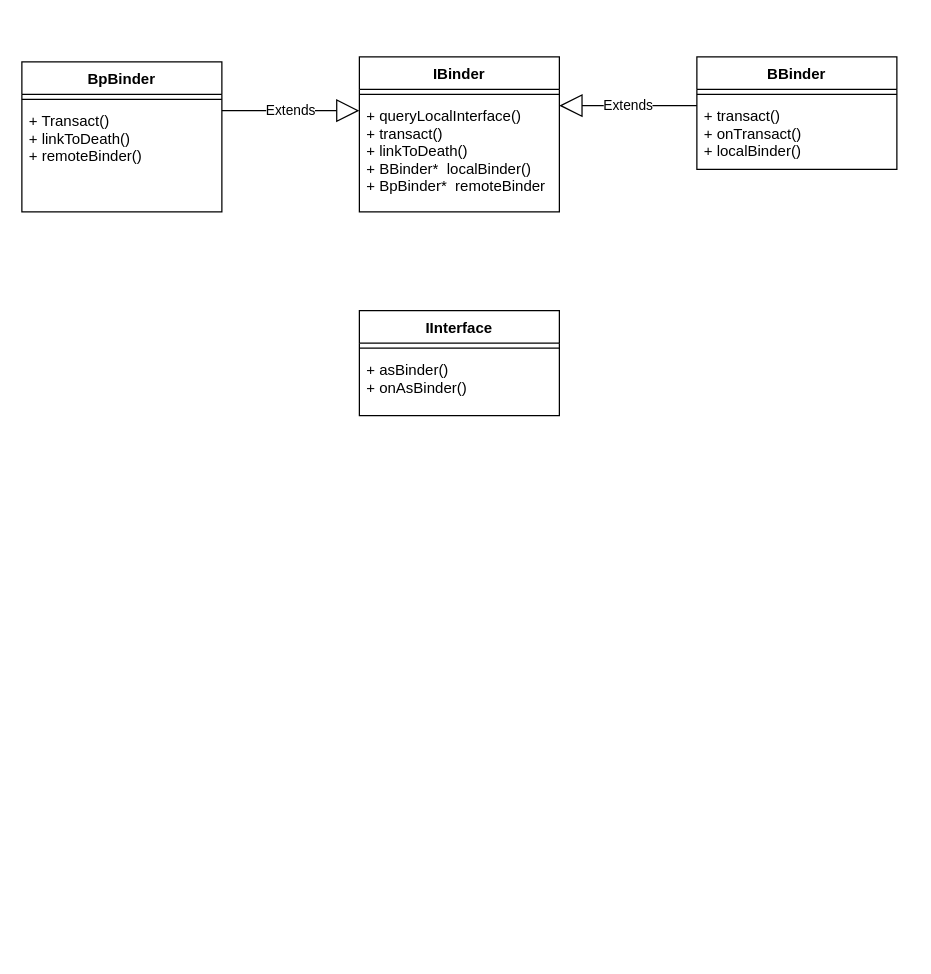
Earlier version of the draw.io diagram binder/diagram/libbinder class relationship.drawio (cuijpus/Android). Source tidied: cells renumbered, new cells numbered last; positions are measured from the earlier drawing's top-left corner, leaving out a move shared by most shapes. Both pictures are drawn from the tidied source at 125%, with x=0, y=0 at pixel (21, 56).
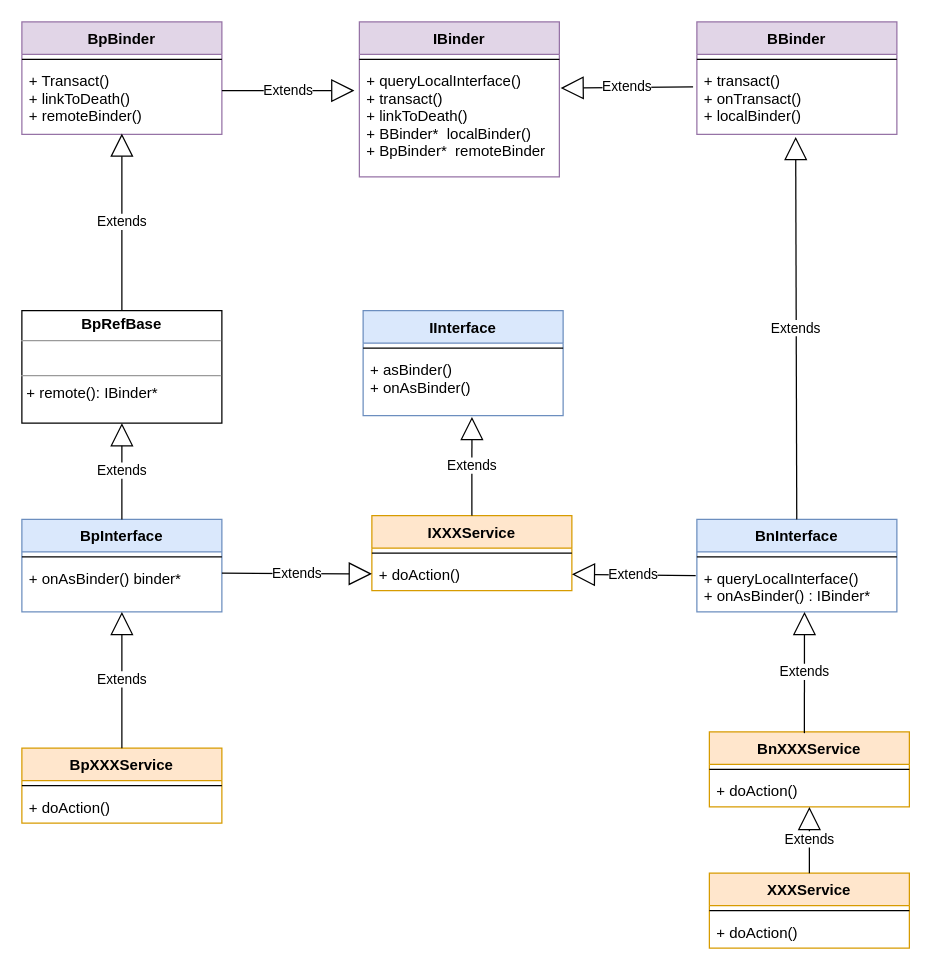
The same diagram, later.

Unchanged cells that the change refers to:
```xml
<mxCell id="5" value="+ queryLocalInterface()&#10;+ transact()&#10;+ linkToDeath()&#10;+ BBinder*  localBinder()&#10;+ BpBinder*  remoteBinder" style="text;strokeColor=none;fillColor=none;align=left;verticalAlign=top;spacingLeft=4;spacingRight=4;overflow=hidden;points=[[0,0.5],[1,0.5]];portConstraint=eastwest;" parent="2" vertex="1">
  <mxGeometry y="34" width="160" height="90" as="geometry" />
</mxCell>
<mxCell id="11" value="+ transact()&#10;+ onTransact()&#10;+ localBinder()&#10;" style="text;strokeColor=none;fillColor=none;align=left;verticalAlign=top;spacingLeft=4;spacingRight=4;overflow=hidden;points=[[0,0.5],[1,0.5]];portConstraint=eastwest;" parent="9" vertex="1">
  <mxGeometry y="34" width="160" height="56" as="geometry" />
</mxCell>
<mxCell id="15" value="+ asBinder()&#10;+ onAsBinder()&#10;" style="text;strokeColor=none;fillColor=none;align=left;verticalAlign=top;spacingLeft=4;spacingRight=4;overflow=hidden;points=[[0,0.5],[1,0.5]];portConstraint=eastwest;" parent="13" vertex="1">
  <mxGeometry y="34" width="160" height="50" as="geometry" />
</mxCell>
```

The edit, as a diff of the source:
```diff
@@
-    <mxCell id="2" value="IBinder" style="swimlane;fontStyle=1;align=center;verticalAlign=top;horizontal=1;startSize=26;" parent="1" vertex="1">
-      <mxGeometry x="270" width="160" height="124" as="geometry" />
+    <mxCell id="2" value="IBinder" style="swimlane;fontStyle=1;align=center;verticalAlign=top;horizontal=1;startSize=26;fillColor=#e1d5e7;strokeColor=#9673a6;" parent="1" vertex="1">
+      <mxGeometry x="270" y="-28" width="160" height="124" as="geometry" />
     </mxCell>
-    <mxCell id="3" value="Extends" style="endArrow=block;endSize=16;endFill=0;html=1;exitX=1;exitY=0.5;exitDx=0;exitDy=0;" parent="2" edge="1">
-      <mxGeometry relative="1" as="geometry">
-        <mxPoint x="-110" y="43" as="sourcePoint" />
-        <mxPoint y="43" as="targetPoint" />
-      </mxGeometry>
-    </mxCell>
@@
-    <mxCell id="6" value="BpBinder" style="swimlane;fontStyle=1;align=center;verticalAlign=top;horizontal=1;startSize=26;" parent="1" vertex="1">
-      <mxGeometry y="4" width="160" height="120" as="geometry" />
+    <mxCell id="6" value="BpBinder" style="swimlane;fontStyle=1;align=center;verticalAlign=top;horizontal=1;startSize=26;fillColor=#e1d5e7;strokeColor=#9673a6;" parent="1" vertex="1">
+      <mxGeometry y="-28" width="160" height="90" as="geometry" />
     </mxCell>
@@
     <mxCell id="8" value="+ Transact()&#10;+ linkToDeath()&#10;+ remoteBinder()&#10;" style="text;strokeColor=none;fillColor=none;align=left;verticalAlign=top;spacingLeft=4;spacingRight=4;overflow=hidden;points=[[0,0.5],[1,0.5]];portConstraint=eastwest;" parent="6" vertex="1">
-      <mxGeometry y="34" width="160" height="86" as="geometry" />
+      <mxGeometry y="34" width="160" height="56" as="geometry" />
     </mxCell>
-    <mxCell id="9" value="BBinder&#10;&#10;" style="swimlane;fontStyle=1;align=center;verticalAlign=top;horizontal=1;startSize=26;" parent="1" vertex="1">
-      <mxGeometry x="540" width="160" height="90" as="geometry" />
+    <mxCell id="9" value="BBinder&#10;&#10;" style="swimlane;fontStyle=1;align=center;verticalAlign=top;horizontal=1;startSize=26;fillColor=#e1d5e7;strokeColor=#9673a6;" parent="1" vertex="1">
+      <mxGeometry x="540" y="-28" width="160" height="90" as="geometry" />
     </mxCell>
@@
-    <mxCell id="12" value="Extends" style="endArrow=block;endSize=16;endFill=0;html=1;entryX=1;entryY=0.5;entryDx=0;entryDy=0;exitX=0;exitY=0.5;exitDx=0;exitDy=0;" parent="1" edge="1">
-      <mxGeometry relative="1" as="geometry">
-        <mxPoint x="540" y="39" as="sourcePoint" />
-        <mxPoint x="430" y="39" as="targetPoint" />
-      </mxGeometry>
+    <mxCell id="12" value="Extends" style="endArrow=block;endSize=16;endFill=0;html=1;entryX=1.006;entryY=0.211;entryDx=0;entryDy=0;exitX=-0.019;exitY=0.321;exitDx=0;exitDy=0;entryPerimeter=0;exitPerimeter=0;" parent="1" edge="1" source="11" target="5">
+      <mxGeometry relative="1" as="geometry" />
     </mxCell>
-    <mxCell id="13" value="IInterface&#10;&#10;" style="swimlane;fontStyle=1;align=center;verticalAlign=top;horizontal=1;startSize=26;" parent="1" vertex="1">
-      <mxGeometry x="270" y="203" width="160" height="84" as="geometry" />
+    <mxCell id="13" value="IInterface&#10;&#10;" style="swimlane;fontStyle=1;align=center;verticalAlign=top;horizontal=1;startSize=26;fillColor=#dae8fc;strokeColor=#6c8ebf;" parent="1" vertex="1">
+      <mxGeometry x="273" y="203" width="160" height="84" as="geometry" />
     </mxCell>
@@
+    <mxCell id="16" value="IXXXService" style="swimlane;fontStyle=1;align=center;verticalAlign=top;horizontal=1;startSize=26;fillColor=#ffe6cc;strokeColor=#d79b00;" parent="1" vertex="1">
+      <mxGeometry x="280" y="367" width="160" height="60" as="geometry" />
+    </mxCell>
+    <mxCell id="17" style="line;strokeWidth=1;fillColor=none;align=left;verticalAlign=middle;spacingTop=-1;spacingLeft=3;spacingRight=3;labelPosition=right;" parent="16" vertex="1">
+      <mxGeometry y="26" width="160" height="8" as="geometry" />
+    </mxCell>
+    <mxCell id="18" value="+ doAction()" style="text;strokeColor=none;fillColor=none;align=left;verticalAlign=top;spacingLeft=4;spacingRight=4;overflow=hidden;points=[[0,0.5],[1,0.5]];portConstraint=eastwest;" parent="16" vertex="1">
+      <mxGeometry y="34" width="160" height="26" as="geometry" />
+    </mxCell>
+    <mxCell id="19" value="BnInterface" style="swimlane;fontStyle=1;align=center;verticalAlign=top;horizontal=1;startSize=26;fillColor=#dae8fc;strokeColor=#6c8ebf;" parent="1" vertex="1">
+      <mxGeometry x="540" y="370" width="160" height="74" as="geometry" />
+    </mxCell>
+    <mxCell id="20" style="line;strokeWidth=1;fillColor=none;align=left;verticalAlign=middle;spacingTop=-1;spacingLeft=3;spacingRight=3;labelPosition=right;" parent="19" vertex="1">
+      <mxGeometry y="26" width="160" height="8" as="geometry" />
+    </mxCell>
+    <mxCell id="21" value="+ queryLocalInterface()&#10;+ onAsBinder() : IBinder*" style="text;strokeColor=none;fillColor=none;align=left;verticalAlign=top;spacingLeft=4;spacingRight=4;overflow=hidden;points=[[0,0.5],[1,0.5]];portConstraint=eastwest;" parent="19" vertex="1">
+      <mxGeometry y="34" width="160" height="40" as="geometry" />
+    </mxCell>
+    <mxCell id="22" value="Extends" style="endArrow=block;endSize=16;endFill=0;html=1;entryX=0.494;entryY=1.036;entryDx=0;entryDy=0;entryPerimeter=0;" parent="1" edge="1" source="19" target="11">
+      <mxGeometry relative="1" as="geometry" />
+    </mxCell>
+    <mxCell id="23" value="Extends" style="endArrow=block;endSize=16;endFill=0;html=1;entryX=1;entryY=0.5;entryDx=0;entryDy=0;exitX=-0.006;exitY=0.275;exitDx=0;exitDy=0;exitPerimeter=0;" parent="1" edge="1" source="21" target="18">
+      <mxGeometry relative="1" as="geometry" />
+    </mxCell>
+    <mxCell id="24" value="BpInterface" style="swimlane;fontStyle=1;align=center;verticalAlign=top;horizontal=1;startSize=26;fillColor=#dae8fc;strokeColor=#6c8ebf;" parent="1" vertex="1">
+      <mxGeometry y="370" width="160" height="74" as="geometry" />
+    </mxCell>
+    <mxCell id="25" style="line;strokeWidth=1;fillColor=none;align=left;verticalAlign=middle;spacingTop=-1;spacingLeft=3;spacingRight=3;labelPosition=right;" parent="24" vertex="1">
+      <mxGeometry y="26" width="160" height="8" as="geometry" />
+    </mxCell>
+    <mxCell id="26" value="Extends" style="endArrow=block;endSize=16;endFill=0;html=1;" parent="24" edge="1" target="18">
+      <mxGeometry relative="1" as="geometry">
+        <mxPoint x="160" y="43" as="sourcePoint" />
+      </mxGeometry>
+    </mxCell>
+    <mxCell id="27" value="+ onAsBinder() binder*" style="text;strokeColor=none;fillColor=none;align=left;verticalAlign=top;spacingLeft=4;spacingRight=4;overflow=hidden;points=[[0,0.5],[1,0.5]];portConstraint=eastwest;" parent="24" vertex="1">
+      <mxGeometry y="34" width="160" height="40" as="geometry" />
+    </mxCell>
+    <mxCell id="28" value="&lt;p style=&quot;margin: 0px ; margin-top: 4px ; text-align: center&quot;&gt;&lt;b&gt;BpRefBase&lt;/b&gt;&lt;/p&gt;&lt;hr size=&quot;1&quot;&gt;&lt;p style=&quot;margin: 0px ; margin-left: 4px&quot;&gt;&lt;br&gt;&lt;/p&gt;&lt;hr size=&quot;1&quot;&gt;&lt;p style=&quot;margin: 0px ; margin-left: 4px&quot;&gt;+ remote(): IBinder*&lt;/p&gt;" style="verticalAlign=top;align=left;overflow=fill;fontSize=12;fontFamily=Helvetica;html=1;" parent="1" vertex="1">
+      <mxGeometry y="203" width="160" height="90" as="geometry" />
+    </mxCell>
+    <mxCell id="29" value="Extends" style="endArrow=block;endSize=16;endFill=0;html=1;entryX=0.5;entryY=1;entryDx=0;entryDy=0;" parent="1" edge="1" source="24" target="28">
+      <mxGeometry relative="1" as="geometry" />
+    </mxCell>
+    <mxCell id="30" value="Extends" style="endArrow=block;endSize=16;endFill=0;html=1;exitX=0.5;exitY=0;exitDx=0;exitDy=0;entryX=0.5;entryY=0.988;entryDx=0;entryDy=0;entryPerimeter=0;" parent="1" edge="1" source="28" target="8">
+      <mxGeometry relative="1" as="geometry" />
+    </mxCell>
+    <mxCell id="31" value="Extends" style="endArrow=block;endSize=16;endFill=0;html=1;entryX=0.544;entryY=1.02;entryDx=0;entryDy=0;entryPerimeter=0;" parent="1" edge="1" source="16" target="15">
+      <mxGeometry relative="1" as="geometry" />
+    </mxCell>
+    <mxCell id="32" value="BpXXXService" style="swimlane;fontStyle=1;align=center;verticalAlign=top;horizontal=1;startSize=26;fillColor=#ffe6cc;strokeColor=#d79b00;" parent="1" vertex="1">
+      <mxGeometry y="553" width="160" height="60" as="geometry" />
+    </mxCell>
+    <mxCell id="33" style="line;strokeWidth=1;fillColor=none;align=left;verticalAlign=middle;spacingTop=-1;spacingLeft=3;spacingRight=3;labelPosition=right;" parent="32" vertex="1">
+      <mxGeometry y="26" width="160" height="8" as="geometry" />
+    </mxCell>
+    <mxCell id="34" value="+ doAction()" style="text;strokeColor=none;fillColor=none;align=left;verticalAlign=top;spacingLeft=4;spacingRight=4;overflow=hidden;" parent="32" vertex="1">
+      <mxGeometry y="34" width="160" height="26" as="geometry" />
+    </mxCell>
+    <mxCell id="35" value="BnXXXService" style="swimlane;fontStyle=1;align=center;verticalAlign=top;horizontal=1;startSize=26;fillColor=#ffe6cc;strokeColor=#d79b00;" parent="1" vertex="1">
+      <mxGeometry x="550" y="540" width="160" height="60" as="geometry" />
+    </mxCell>
+    <mxCell id="36" style="line;strokeWidth=1;fillColor=none;align=left;verticalAlign=middle;spacingTop=-1;spacingLeft=3;spacingRight=3;labelPosition=right;" parent="35" vertex="1">
+      <mxGeometry y="26" width="160" height="8" as="geometry" />
+    </mxCell>
+    <mxCell id="37" value="+ doAction()" style="text;strokeColor=none;fillColor=none;align=left;verticalAlign=top;spacingLeft=4;spacingRight=4;overflow=hidden;points=[[0,0.5],[1,0.5]];portConstraint=eastwest;" parent="35" vertex="1">
+      <mxGeometry y="34" width="160" height="26" as="geometry" />
+    </mxCell>
+    <mxCell id="38" value="XXXService" style="swimlane;fontStyle=1;align=center;verticalAlign=top;horizontal=1;startSize=26;fillColor=#ffe6cc;strokeColor=#d79b00;" parent="1" vertex="1">
+      <mxGeometry x="550" y="653" width="160" height="60" as="geometry" />
+    </mxCell>
+    <mxCell id="39" style="line;strokeWidth=1;fillColor=none;align=left;verticalAlign=middle;spacingTop=-1;spacingLeft=3;spacingRight=3;labelPosition=right;" parent="38" vertex="1">
+      <mxGeometry y="26" width="160" height="8" as="geometry" />
+    </mxCell>
+    <mxCell id="40" value="+ doAction()" style="text;strokeColor=none;fillColor=none;align=left;verticalAlign=top;spacingLeft=4;spacingRight=4;overflow=hidden;" parent="38" vertex="1">
+      <mxGeometry y="34" width="160" height="26" as="geometry" />
+    </mxCell>
+    <mxCell id="41" value="Extends" style="endArrow=block;endSize=16;endFill=0;html=1;" parent="1" edge="1" source="32" target="27">
+      <mxGeometry relative="1" as="geometry" />
+    </mxCell>
+    <mxCell id="42" value="Extends" style="endArrow=block;endSize=16;endFill=0;html=1;entryX=0.538;entryY=1;entryDx=0;entryDy=0;entryPerimeter=0;" parent="1" edge="1" target="21">
+      <mxGeometry relative="1" as="geometry">
+        <mxPoint x="626" y="541" as="sourcePoint" />
+      </mxGeometry>
+    </mxCell>
+    <mxCell id="43" value="Extends" style="endArrow=block;endSize=16;endFill=0;html=1;exitX=0.5;exitY=0;exitDx=0;exitDy=0;" parent="1" edge="1" source="38" target="37">
+      <mxGeometry relative="1" as="geometry" />
+    </mxCell>
+    <mxCell id="3" value="Extends" style="endArrow=block;endSize=16;endFill=0;html=1;entryX=-0.025;entryY=0.233;entryDx=0;entryDy=0;entryPerimeter=0;" parent="1" edge="1" target="5">
+      <mxGeometry relative="1" as="geometry">
+        <mxPoint x="160" y="27" as="sourcePoint" />
+      </mxGeometry>
+    </mxCell>
```
